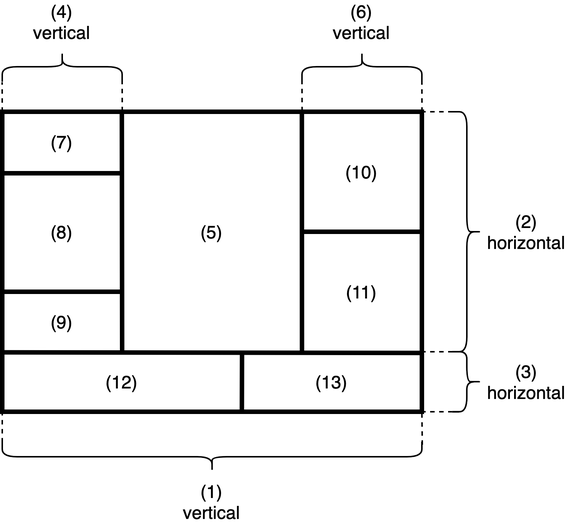
linhabc/Learning_viet keeps this draw.io diagram as diagram-complex layout break down.png. Above is the earlier version. Source tidied: cells renumbered, new cells last; positions are measured from the earlier drawing's top-left corner, leaving out a move shared by most shapes.
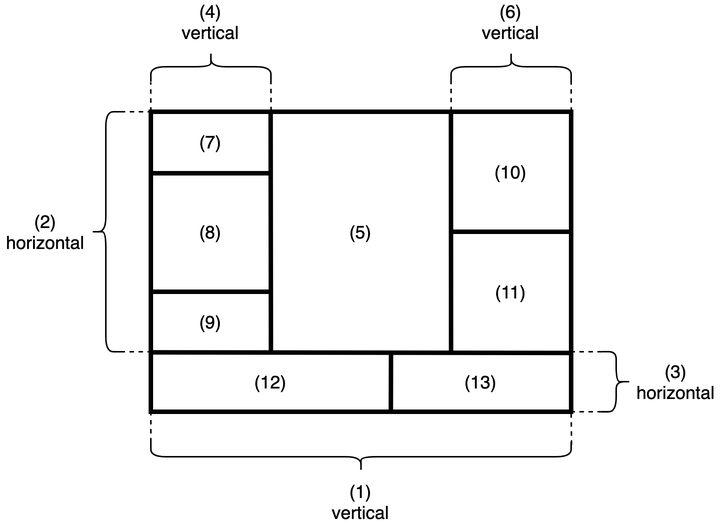
The same diagram one commit later.

The edit, as a diff of the source:
```diff
@@ -40,8 +40,8 @@
         <mxPoint x="280" y="150" as="targetPoint" />
       </mxGeometry>
     </mxCell>
-    <mxCell id="10" style="shape=curlyBracket;whiteSpace=wrap;html=1;rounded=1;size=0.5;direction=west;" parent="1" vertex="1">
-      <mxGeometry x="300" y="70" width="20" height="160" as="geometry" />
+    <mxCell id="10" style="shape=curlyBracket;whiteSpace=wrap;html=1;rounded=1;size=0.5;direction=east;" parent="1" vertex="1">
+      <mxGeometry x="-40" y="70" width="20" height="160" as="geometry" />
     </mxCell>
     <mxCell id="11" style="shape=curlyBracket;whiteSpace=wrap;html=1;rounded=1;direction=west;" parent="1" vertex="1">
       <mxGeometry x="300" y="230" width="20" height="40" as="geometry" />
@@ -61,11 +61,8 @@
     <mxCell id="16" style="endArrow=none;dashed=1;html=1;entryX=1;entryY=1;entryDx=0;entryDy=0;exitX=0.9;exitY=1.001;exitDx=0;exitDy=0;exitPerimeter=0;" parent="1" edge="1" source="14" target="2">
       <mxGeometry relative="1" as="geometry" />
     </mxCell>
-    <mxCell id="17" style="endArrow=none;dashed=1;html=1;exitX=0.976;exitY=0;exitDx=0;exitDy=0;exitPerimeter=0;" parent="1" edge="1">
-      <mxGeometry relative="1" as="geometry">
-        <mxPoint x="279.5" y="70" as="sourcePoint" />
-        <mxPoint x="300" y="70" as="targetPoint" />
-      </mxGeometry>
+    <mxCell id="17" style="endArrow=none;dashed=1;html=1;exitX=0.995;exitY=0;exitDx=0;exitDy=0;exitPerimeter=0;entryX=0;entryY=0;entryDx=0;entryDy=0;" parent="1" edge="1" source="10" target="2">
+      <mxGeometry relative="1" as="geometry" />
     </mxCell>
     <mxCell id="18" style="endArrow=none;dashed=1;html=1;exitX=0.976;exitY=0;exitDx=0;exitDy=0;exitPerimeter=0;" parent="1" edge="1">
       <mxGeometry relative="1" as="geometry">
@@ -104,7 +101,7 @@
       <mxGeometry x="120" y="320" width="40" height="20" as="geometry" />
     </mxCell>
     <mxCell id="25" value="(2)&lt;br&gt;horizontal" style="text;html=1;strokeColor=none;fillColor=none;align=center;verticalAlign=middle;whiteSpace=wrap;rounded=0;imageAspect=1;" parent="1" vertex="1">
-      <mxGeometry x="320" y="140" width="60" height="20" as="geometry" />
+      <mxGeometry x="-100" y="140" width="60" height="20" as="geometry" />
     </mxCell>
     <mxCell id="26" value="(3)&lt;br&gt;horizontal" style="text;html=1;strokeColor=none;fillColor=none;align=center;verticalAlign=middle;whiteSpace=wrap;rounded=0;imageAspect=1;" parent="1" vertex="1">
       <mxGeometry x="320" y="240" width="60" height="20" as="geometry" />
@@ -139,5 +136,8 @@
     <mxCell id="36" value="(13)" style="text;html=1;strokeColor=none;fillColor=none;align=center;verticalAlign=middle;whiteSpace=wrap;rounded=0;imageAspect=1;" parent="1" vertex="1">
       <mxGeometry x="200" y="240" width="40" height="20" as="geometry" />
     </mxCell>
+    <mxCell id="37" style="endArrow=none;dashed=1;html=1;exitX=0.988;exitY=1;exitDx=0;exitDy=0;exitPerimeter=0;entryX=0;entryY=0.8;entryDx=0;entryDy=0;entryPerimeter=0;" parent="1" edge="1" source="10" target="2">
+      <mxGeometry relative="1" as="geometry" />
+    </mxCell>
   </root>
 </mxGraphModel>
```
